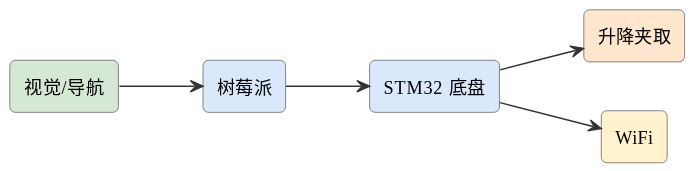
Above: assets/diagrams/ideas-fig30.svg in mingyi0818/IntelligentMcuCourse (PlantUML), before the change.
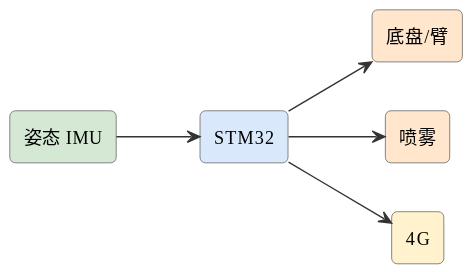
Above is the later version.

The edit, as a diff of the source:
```diff
@@ -6,13 +6,13 @@
 skinparam arrowFontSize 11
 skinparam arrowColor #333
 left to right direction
-rectangle "视觉/导航" as nav #d5e8d4
-rectangle "树莓派" as pi #dae8fc
-rectangle "STM32 底盘" as stm #dae8fc
-rectangle "升降夹取" as lift #ffe6cc
-rectangle "WiFi" as wifi #fff2cc
-nav --> pi
-pi --> stm
-stm --> lift
-stm --> wifi
+rectangle "姿态 IMU" as imu #d5e8d4
+rectangle "STM32" as stm #dae8fc
+rectangle "底盘/臂" as motor #ffe6cc
+rectangle "喷雾" as spray #ffe6cc
+rectangle "4G" as g #fff2cc
+imu --> stm
+stm --> motor
+stm --> spray
+stm --> g
 @enduml
```
